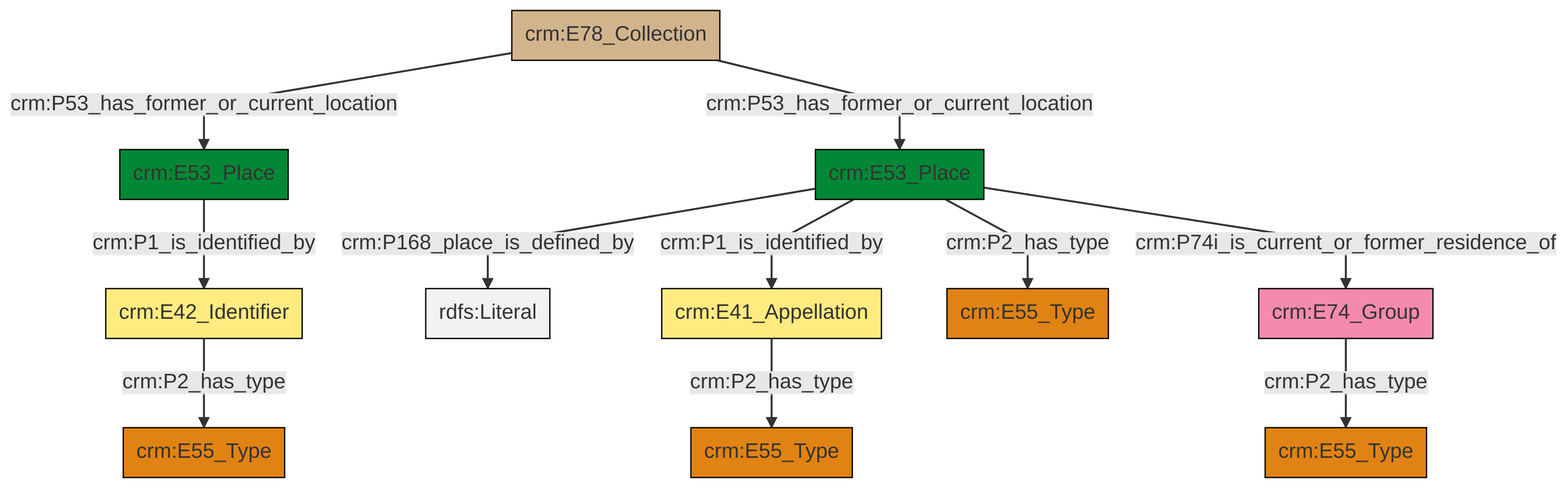
Before: et/archivalCSV/ttl/mmd/png/archival_location.png, a diagram exported from Mermaid (swiss-art-research-net/docs.swissartresearch). Its source is kept beside it as et/archivalCSV/ttl/mmd/archival_location.ttl.mmd.
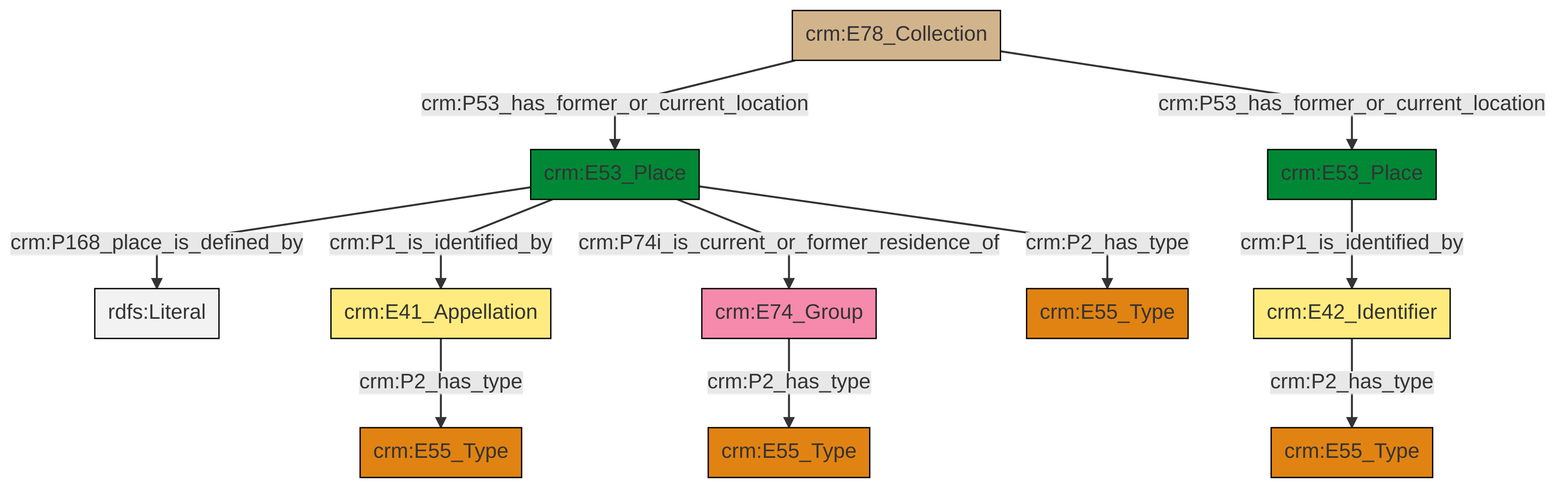
Above is the later version.

Change to the diagram source:
```diff
@@ -13,13 +13,13 @@
 classDef PC_Classes fill:#4ce600, stroke:#000000;
 classDef Multi fill:#cccccc,stroke:#000000;
 
-2["crm:E78_Collection"]:::Physical_Thing -->|crm:P53_has_former_or_current_location| 3["crm:E53_Place"]:::Place
-0["crm:E42_Identifier"]:::Appellation -->|crm:P2_has_type| 4["crm:E55_Type"]:::Type
-5["crm:E53_Place"]:::Place -->|crm:P168_place_is_defined_by| 6[rdfs:Literal]:::Literal
-8["crm:E41_Appellation"]:::Appellation -->|crm:P2_has_type| 9["crm:E55_Type"]:::Type
-3["crm:E53_Place"]:::Place -->|crm:P1_is_identified_by| 0["crm:E42_Identifier"]:::Appellation
-5["crm:E53_Place"]:::Place -->|crm:P2_has_type| 14["crm:E55_Type"]:::Type
-5["crm:E53_Place"]:::Place -->|crm:P1_is_identified_by| 8["crm:E41_Appellation"]:::Appellation
-16["crm:E74_Group"]:::Actor -->|crm:P2_has_type| 10["crm:E55_Type"]:::Type
-5["crm:E53_Place"]:::Place -->|crm:P74i_is_current_or_former_residence_of| 16["crm:E74_Group"]:::Actor
-2["crm:E78_Collection"]:::Physical_Thing -->|crm:P53_has_former_or_current_location| 5["crm:E53_Place"]:::Place
+8["crm:E53_Place"]:::Place -->|crm:P168_place_is_defined_by| 9[rdfs:Literal]:::Literal
+10["crm:E41_Appellation"]:::Appellation -->|crm:P2_has_type| 14["crm:E55_Type"]:::Type
+6["crm:E78_Collection"]:::Physical_Thing -->|crm:P53_has_former_or_current_location| 8["crm:E53_Place"]:::Place
+8["crm:E53_Place"]:::Place -->|crm:P2_has_type| 15["crm:E55_Type"]:::Type
+8["crm:E53_Place"]:::Place -->|crm:P1_is_identified_by| 10["crm:E41_Appellation"]:::Appellation
+18["crm:E42_Identifier"]:::Appellation -->|crm:P2_has_type| 4["crm:E55_Type"]:::Type
+6["crm:E78_Collection"]:::Physical_Thing -->|crm:P53_has_former_or_current_location| 2["crm:E53_Place"]:::Place
+12["crm:E74_Group"]:::Actor -->|crm:P2_has_type| 0["crm:E55_Type"]:::Type
+2["crm:E53_Place"]:::Place -->|crm:P1_is_identified_by| 18["crm:E42_Identifier"]:::Appellation
+8["crm:E53_Place"]:::Place -->|crm:P74i_is_current_or_former_residence_of| 12["crm:E74_Group"]:::Actor
```
